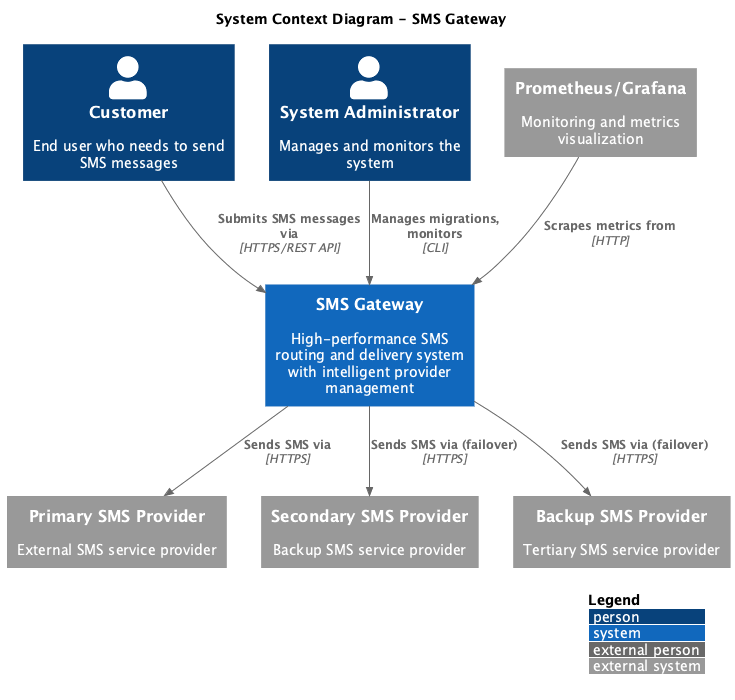
Above: docs/diagrams/01-context.png in nimasrn/sms-gateway (PlantUML), before the change. Source of this version:
```plantuml
@startuml
!include https://raw.githubusercontent.com/plantuml-stdlib/C4-PlantUML/master/C4_Context.puml

LAYOUT_WITH_LEGEND()

title System Context Diagram - SMS Gateway

Person(customer, "Customer", "End user who needs to send SMS messages")
Person(admin, "System Administrator", "Manages and monitors the system")

System(sms_gateway, "SMS Gateway", "High-performance SMS routing and delivery system with intelligent provider management")

System_Ext(sms_provider_1, "Primary SMS Provider", "External SMS service provider")
System_Ext(sms_provider_2, "Secondary SMS Provider", "Backup SMS service provider")
System_Ext(sms_provider_3, "Backup SMS Provider", "Tertiary SMS service provider")

System_Ext(monitoring, "Prometheus/Grafana", "Monitoring and metrics visualization")

Rel(customer, sms_gateway, "Submits SMS messages via", "HTTPS/REST API")
Rel(sms_gateway, sms_provider_1, "Sends SMS via", "HTTPS")
Rel(sms_gateway, sms_provider_2, "Sends SMS via (failover)", "HTTPS")
Rel(sms_gateway, sms_provider_3, "Sends SMS via (failover)", "HTTPS")
Rel(admin, sms_gateway, "Manages migrations, monitors", "CLI")
Rel(monitoring, sms_gateway, "Scrapes metrics from", "HTTP")

@enduml
```
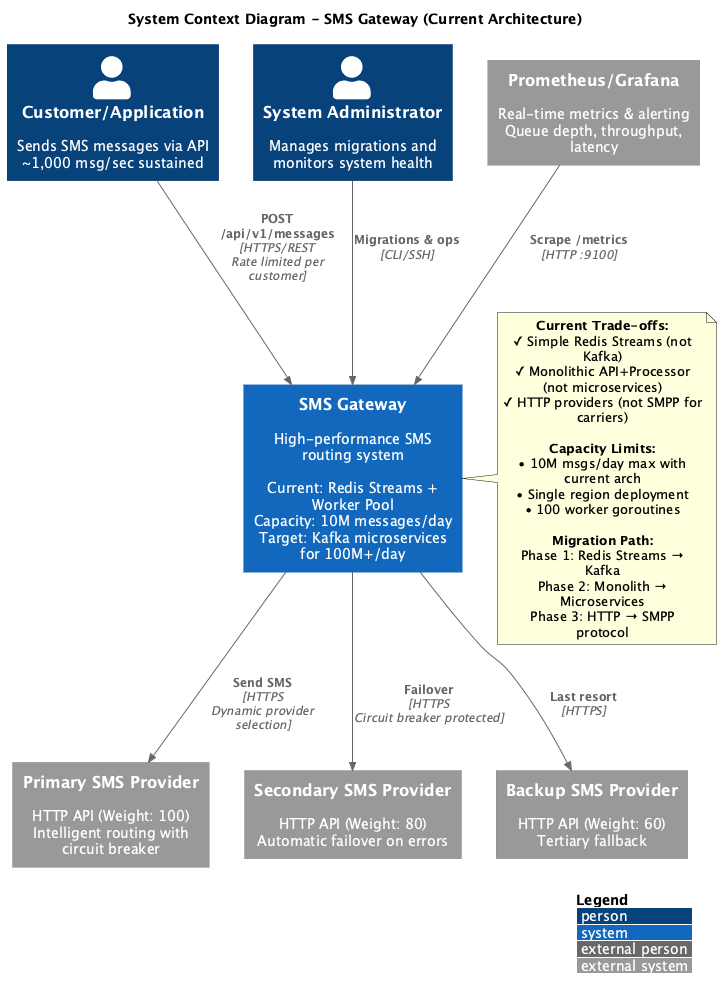
Above is the later version.

Change to the diagram source:
```diff
@@ -3,24 +3,41 @@
 
 LAYOUT_WITH_LEGEND()
 
-title System Context Diagram - SMS Gateway
+title System Context Diagram - SMS Gateway (Current Architecture)
 
-Person(customer, "Customer", "End user who needs to send SMS messages")
-Person(admin, "System Administrator", "Manages and monitors the system")
+Person(customer, "Customer/Application", "Sends SMS messages via API\n~1,000 msg/sec sustained")
+Person(admin, "System Administrator", "Manages migrations and monitors system health")
 
-System(sms_gateway, "SMS Gateway", "High-performance SMS routing and delivery system with intelligent provider management")
+System(sms_gateway, "SMS Gateway", "High-performance SMS routing system\n\nCurrent: Redis Streams + Worker Pool\nCapacity: 10M messages/day\nTarget: Kafka microservices for 100M+/day")
 
-System_Ext(sms_provider_1, "Primary SMS Provider", "External SMS service provider")
-System_Ext(sms_provider_2, "Secondary SMS Provider", "Backup SMS service provider")
-System_Ext(sms_provider_3, "Backup SMS Provider", "Tertiary SMS service provider")
+System_Ext(sms_provider_1, "Primary SMS Provider", "HTTP API (Weight: 100)\nIntelligent routing with circuit breaker")
+System_Ext(sms_provider_2, "Secondary SMS Provider", "HTTP API (Weight: 80)\nAutomatic failover on errors")
+System_Ext(sms_provider_3, "Backup SMS Provider", "HTTP API (Weight: 60)\nTertiary fallback")
 
-System_Ext(monitoring, "Prometheus/Grafana", "Monitoring and metrics visualization")
+System_Ext(monitoring, "Prometheus/Grafana", "Real-time metrics & alerting\nQueue depth, throughput, latency")
 
-Rel(customer, sms_gateway, "Submits SMS messages via", "HTTPS/REST API")
-Rel(sms_gateway, sms_provider_1, "Sends SMS via", "HTTPS")
-Rel(sms_gateway, sms_provider_2, "Sends SMS via (failover)", "HTTPS")
-Rel(sms_gateway, sms_provider_3, "Sends SMS via (failover)", "HTTPS")
-Rel(admin, sms_gateway, "Manages migrations, monitors", "CLI")
-Rel(monitoring, sms_gateway, "Scrapes metrics from", "HTTP")
+Rel(customer, sms_gateway, "POST /api/v1/messages", "HTTPS/REST\nRate limited per customer")
+Rel(sms_gateway, sms_provider_1, "Send SMS", "HTTPS\nDynamic provider selection")
+Rel(sms_gateway, sms_provider_2, "Failover", "HTTPS\nCircuit breaker protected")
+Rel(sms_gateway, sms_provider_3, "Last resort", "HTTPS")
+Rel(admin, sms_gateway, "Migrations & ops", "CLI/SSH")
+Rel(monitoring, sms_gateway, "Scrape /metrics", "HTTP :9100")
+
+note right of sms_gateway
+  **Current Trade-offs:**
+  ✓ Simple Redis Streams (not Kafka)
+  ✓ Monolithic API+Processor (not microservices)
+  ✓ HTTP providers (not SMPP for carriers)
+
+  **Capacity Limits:**
+  • 10M msgs/day max with current arch
+  • Single region deployment
+  • 100 worker goroutines
+
+  **Migration Path:**
+  Phase 1: Redis Streams → Kafka
+  Phase 2: Monolith → Microservices
+  Phase 3: HTTP → SMPP protocol
+end note
 
 @enduml
```
